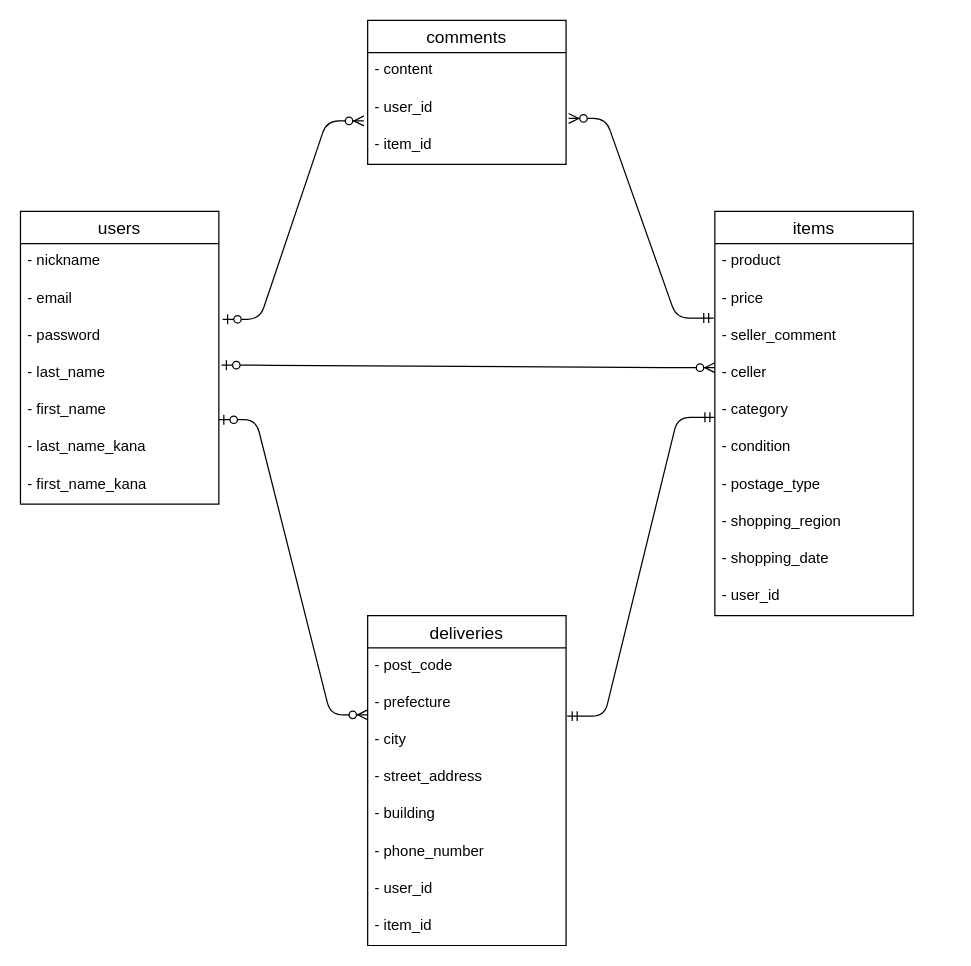
This is furima.dio from amino0422/furima-40534, a draw.io file, before an edit. Source tidied: cells renumbered, new cells numbered last; positions are measured from the earlier drawing's top-left corner, leaving out a move shared by most shapes. Both pictures are drawn from the tidied source at 124%, with x=0, y=0 at pixel (20, 20).
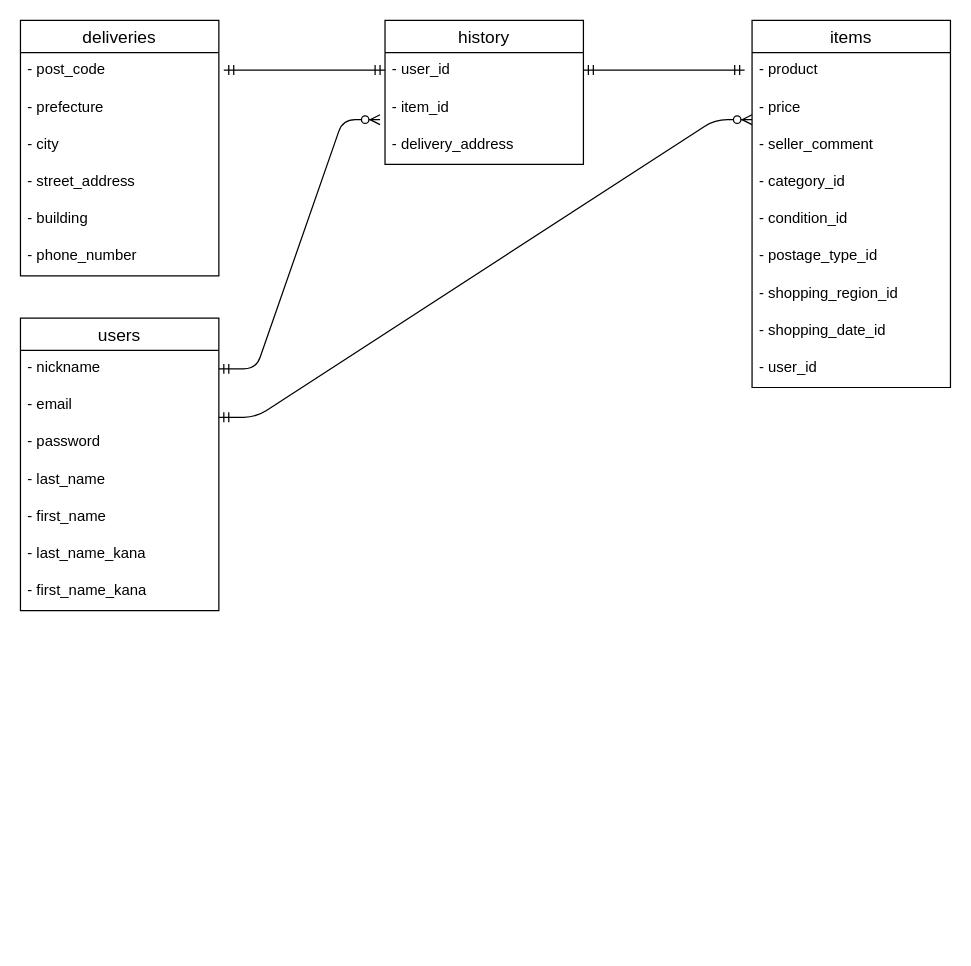
After the change.

The change refers to these unchanged cells:
```xml
<mxCell id="3" value="- nickname" style="text;strokeColor=none;fillColor=none;spacingLeft=4;spacingRight=4;overflow=hidden;points=[[0,0.5],[1,0.5]];portConstraint=eastwest;fontSize=12;" parent="2" vertex="1">
  <mxGeometry y="26" width="160" height="30" as="geometry" />
</mxCell>
<mxCell id="5" value="- password" style="text;strokeColor=none;fillColor=none;spacingLeft=4;spacingRight=4;overflow=hidden;points=[[0,0.5],[1,0.5]];portConstraint=eastwest;fontSize=12;" parent="2" vertex="1">
  <mxGeometry y="86" width="160" height="30" as="geometry" />
</mxCell>
<mxCell id="6" value="- last_name   " style="text;strokeColor=none;fillColor=none;spacingLeft=4;spacingRight=4;overflow=hidden;points=[[0,0.5],[1,0.5]];portConstraint=eastwest;fontSize=12;" parent="2" vertex="1">
  <mxGeometry y="116" width="160" height="30" as="geometry" />
</mxCell>
<mxCell id="7" value="- first_name" style="text;strokeColor=none;fillColor=none;spacingLeft=4;spacingRight=4;overflow=hidden;points=[[0,0.5],[1,0.5]];portConstraint=eastwest;fontSize=12;" parent="2" vertex="1">
  <mxGeometry y="146" width="160" height="30" as="geometry" />
</mxCell>
<mxCell id="13" value="- seller_comment" style="text;strokeColor=none;fillColor=none;spacingLeft=4;spacingRight=4;overflow=hidden;points=[[0,0.5],[1,0.5]];portConstraint=eastwest;fontSize=12;" parent="10" vertex="1">
  <mxGeometry y="86" width="160" height="30" as="geometry" />
</mxCell>
<mxCell id="23" value="- prefecture" style="text;strokeColor=none;fillColor=none;spacingLeft=4;spacingRight=4;overflow=hidden;points=[[0,0.5],[1,0.5]];portConstraint=eastwest;fontSize=12;" parent="21" vertex="1">
  <mxGeometry y="56" width="160" height="30" as="geometry" />
</mxCell>
```

Change to the diagram source:
```diff
@@
     <mxCell id="2" value="users" style="swimlane;fontStyle=0;horizontal=1;startSize=26;align=center;fontSize=14;" parent="1" vertex="1">
-      <mxGeometry y="154" width="160" height="236" as="geometry" />
+      <mxGeometry y="240" width="160" height="236" as="geometry" />
     </mxCell>
@@
     <mxCell id="10" value="items" style="swimlane;fontStyle=0;horizontal=1;startSize=26;align=center;fontSize=14;" parent="1" vertex="1">
-      <mxGeometry x="560" y="154" width="160" height="326" as="geometry" />
+      <mxGeometry x="590" width="160" height="296" as="geometry" />
     </mxCell>
@@
-    <mxCell id="14" value="- celler" style="text;strokeColor=none;fillColor=none;spacingLeft=4;spacingRight=4;overflow=hidden;fontSize=12;" parent="10" vertex="1">
-      <mxGeometry y="116" width="160" height="30" as="geometry" />
-    </mxCell>
-    <mxCell id="15" value="- category" style="text;strokeColor=none;fillColor=none;spacingLeft=4;spacingRight=4;overflow=hidden;fontSize=12;" parent="10" vertex="1">
-      <mxGeometry y="146" width="160" height="30" as="geometry" />
+    <mxCell id="15" value="- category_id" style="text;strokeColor=none;fillColor=none;spacingLeft=4;spacingRight=4;overflow=hidden;fontSize=12;" parent="10" vertex="1">
+      <mxGeometry y="116" width="160" height="30" as="geometry" />
     </mxCell>
-    <mxCell id="16" value="- condition" style="text;strokeColor=none;fillColor=none;spacingLeft=4;spacingRight=4;overflow=hidden;fontSize=12;" parent="10" vertex="1">
-      <mxGeometry y="176" width="160" height="30" as="geometry" />
+    <mxCell id="16" value="- condition_id" style="text;strokeColor=none;fillColor=none;spacingLeft=4;spacingRight=4;overflow=hidden;fontSize=12;" parent="10" vertex="1">
+      <mxGeometry y="146" width="160" height="30" as="geometry" />
     </mxCell>
-    <mxCell id="17" value="- postage_type" style="text;strokeColor=none;fillColor=none;spacingLeft=4;spacingRight=4;overflow=hidden;fontSize=12;" parent="10" vertex="1">
-      <mxGeometry y="206" width="160" height="30" as="geometry" />
+    <mxCell id="17" value="- postage_type_id" style="text;strokeColor=none;fillColor=none;spacingLeft=4;spacingRight=4;overflow=hidden;fontSize=12;" parent="10" vertex="1">
+      <mxGeometry y="176" width="160" height="30" as="geometry" />
     </mxCell>
-    <mxCell id="18" value="- shopping_region" style="text;strokeColor=none;fillColor=none;spacingLeft=4;spacingRight=4;overflow=hidden;fontSize=12;" parent="10" vertex="1">
-      <mxGeometry y="236" width="160" height="30" as="geometry" />
+    <mxCell id="18" value="- shopping_region_id" style="text;strokeColor=none;fillColor=none;spacingLeft=4;spacingRight=4;overflow=hidden;fontSize=12;" parent="10" vertex="1">
+      <mxGeometry y="206" width="160" height="30" as="geometry" />
     </mxCell>
-    <mxCell id="19" value="- shopping_date" style="text;strokeColor=none;fillColor=none;spacingLeft=4;spacingRight=4;overflow=hidden;fontSize=12;" parent="10" vertex="1">
-      <mxGeometry y="266" width="160" height="30" as="geometry" />
+    <mxCell id="19" value="- shopping_date_id" style="text;strokeColor=none;fillColor=none;spacingLeft=4;spacingRight=4;overflow=hidden;fontSize=12;" parent="10" vertex="1">
+      <mxGeometry y="236" width="160" height="30" as="geometry" />
     </mxCell>
     <mxCell id="20" value="- user_id" style="text;strokeColor=none;fillColor=none;spacingLeft=4;spacingRight=4;overflow=hidden;fontSize=12;" parent="10" vertex="1">
-      <mxGeometry y="296" width="160" height="30" as="geometry" />
+      <mxGeometry y="266" width="160" height="30" as="geometry" />
     </mxCell>
     <mxCell id="21" value="deliveries" style="swimlane;fontStyle=0;horizontal=1;startSize=26;align=center;fontSize=14;" parent="1" vertex="1">
-      <mxGeometry x="280" y="480" width="160" height="266" as="geometry" />
+      <mxGeometry width="160" height="206" as="geometry" />
     </mxCell>
@@
-    <mxCell id="28" value="- user_id" style="text;strokeColor=none;fillColor=none;spacingLeft=4;spacingRight=4;overflow=hidden;fontSize=12;" parent="21" vertex="1">
-      <mxGeometry y="206" width="160" height="30" as="geometry" />
-    </mxCell>
-    <mxCell id="29" value="- item_id" style="text;strokeColor=none;fillColor=none;spacingLeft=4;spacingRight=4;overflow=hidden;fontSize=12;" parent="21" vertex="1">
-      <mxGeometry y="236" width="160" height="30" as="geometry" />
-    </mxCell>
-    <mxCell id="30" style="edgeStyle=entityRelationEdgeStyle;fontSize=12;html=1;endArrow=ERzeroToMany;startArrow=ERzeroToOne;exitX=1.013;exitY=0.267;exitDx=0;exitDy=0;exitPerimeter=0;" parent="1" edge="1" source="6">
-      <mxGeometry relative="1" as="geometry">
-        <mxPoint x="560" y="280" as="targetPoint" />
-      </mxGeometry>
-    </mxCell>
-    <mxCell id="31" value="comments" style="swimlane;fontStyle=0;horizontal=1;startSize=26;align=center;fontSize=14;" parent="1" vertex="1">
-      <mxGeometry x="280" width="160" height="116" as="geometry" />
-    </mxCell>
-    <mxCell id="32" value="- content" style="text;strokeColor=none;fillColor=none;spacingLeft=4;spacingRight=4;overflow=hidden;fontSize=12;" parent="31" vertex="1">
-      <mxGeometry y="26" width="160" height="30" as="geometry" />
-    </mxCell>
-    <mxCell id="33" value="- user_id" style="text;strokeColor=none;fillColor=none;spacingLeft=4;spacingRight=4;overflow=hidden;points=[[0,0.5],[1,0.5]];portConstraint=eastwest;fontSize=12;" parent="31" vertex="1">
-      <mxGeometry y="56" width="160" height="30" as="geometry" />
-    </mxCell>
-    <mxCell id="34" value="- item_id" style="text;strokeColor=none;fillColor=none;spacingLeft=4;spacingRight=4;overflow=hidden;fontSize=12;" parent="31" vertex="1">
-      <mxGeometry y="86" width="160" height="30" as="geometry" />
-    </mxCell>
-    <mxCell id="35" style="edgeStyle=entityRelationEdgeStyle;fontSize=12;html=1;endArrow=ERzeroToMany;startArrow=ERzeroToOne;entryX=0;entryY=0.8;entryDx=0;entryDy=0;entryPerimeter=0;exitX=1;exitY=0.733;exitDx=0;exitDy=0;exitPerimeter=0;" parent="1" edge="1" source="7" target="23">
-      <mxGeometry relative="1" as="geometry" />
-    </mxCell>
-    <mxCell id="36" style="edgeStyle=entityRelationEdgeStyle;fontSize=12;html=1;endArrow=ERzeroToMany;startArrow=ERzeroToOne;entryX=-0.019;entryY=0.833;entryDx=0;entryDy=0;exitX=1.019;exitY=0.033;exitDx=0;exitDy=0;exitPerimeter=0;entryPerimeter=0;" parent="1" edge="1" source="5" target="33">
-      <mxGeometry relative="1" as="geometry" />
-    </mxCell>
-    <mxCell id="37" style="edgeStyle=entityRelationEdgeStyle;fontSize=12;html=1;endArrow=ERmandOne;startArrow=ERmandOne;exitX=1.006;exitY=0.833;exitDx=0;exitDy=0;exitPerimeter=0;" parent="1" edge="1" source="23">
-      <mxGeometry relative="1" as="geometry">
-        <mxPoint x="560" y="320" as="targetPoint" />
-      </mxGeometry>
-    </mxCell>
-    <mxCell id="38" style="edgeStyle=entityRelationEdgeStyle;fontSize=12;html=1;endArrow=ERzeroToMany;startArrow=ERmandOne;entryX=1.013;entryY=0.767;entryDx=0;entryDy=0;entryPerimeter=0;exitX=-0.006;exitY=0;exitDx=0;exitDy=0;exitPerimeter=0;" parent="1" edge="1" source="13" target="33">
-      <mxGeometry relative="1" as="geometry" />
-    </mxCell>
+    <mxCell id="39" value="history" style="swimlane;fontStyle=0;horizontal=1;startSize=26;align=center;fontSize=14;" parent="1" vertex="1">
+      <mxGeometry x="294" width="160" height="116" as="geometry" />
+    </mxCell>
+    <mxCell id="40" value="- user_id" style="text;strokeColor=none;fillColor=none;spacingLeft=4;spacingRight=4;overflow=hidden;fontSize=12;" parent="39" vertex="1">
+      <mxGeometry y="26" width="160" height="30" as="geometry" />
+    </mxCell>
+    <mxCell id="41" value="- item_id" style="text;strokeColor=none;fillColor=none;spacingLeft=4;spacingRight=4;overflow=hidden;fontSize=12;" parent="39" vertex="1">
+      <mxGeometry y="56" width="160" height="30" as="geometry" />
+    </mxCell>
+    <mxCell id="42" value="- delivery_address" style="text;strokeColor=none;fillColor=none;spacingLeft=4;spacingRight=4;overflow=hidden;fontSize=12;" parent="39" vertex="1">
+      <mxGeometry y="86" width="160" height="30" as="geometry" />
+    </mxCell>
+    <mxCell id="43" style="edgeStyle=entityRelationEdgeStyle;fontSize=12;html=1;endArrow=ERmandOne;startArrow=ERmandOne;" parent="1" edge="1">
+      <mxGeometry relative="1" as="geometry">
+        <mxPoint x="164" y="40" as="sourcePoint" />
+        <mxPoint x="294" y="40" as="targetPoint" />
+      </mxGeometry>
+    </mxCell>
+    <mxCell id="44" style="edgeStyle=entityRelationEdgeStyle;fontSize=12;html=1;endArrow=ERmandOne;startArrow=ERmandOne;" parent="1" edge="1">
+      <mxGeometry relative="1" as="geometry">
+        <mxPoint x="454" y="40" as="sourcePoint" />
+        <mxPoint x="584" y="40" as="targetPoint" />
+      </mxGeometry>
+    </mxCell>
+    <mxCell id="45" style="edgeStyle=entityRelationEdgeStyle;fontSize=12;html=1;endArrow=ERzeroToMany;startArrow=ERmandOne;exitX=1;exitY=0.5;exitDx=0;exitDy=0;" parent="1" edge="1" source="3">
+      <mxGeometry relative="1" as="geometry">
+        <mxPoint x="290" y="80" as="targetPoint" />
+      </mxGeometry>
+    </mxCell>
+    <mxCell id="46" style="edgeStyle=entityRelationEdgeStyle;fontSize=12;html=1;endArrow=ERzeroToMany;startArrow=ERmandOne;" parent="1" edge="1">
+      <mxGeometry relative="1" as="geometry">
+        <mxPoint x="160" y="320" as="sourcePoint" />
+        <mxPoint x="590" y="80" as="targetPoint" />
+      </mxGeometry>
+    </mxCell>
```
